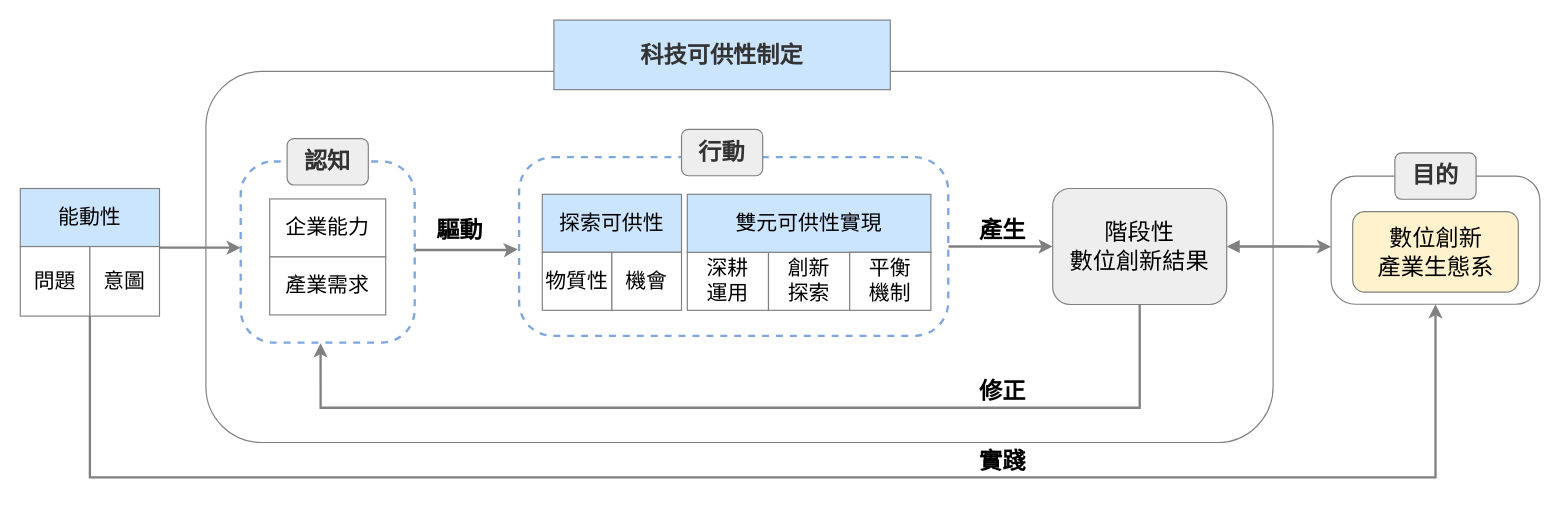
Earlier version of the draw.io diagram 論文ver1/圖片/frontier enactment theroy_v10.drawio (carina419/NTUST). Source tidied: cells renumbered, new cells numbered last; positions are measured from the earlier drawing's top-left corner, leaving out a move shared by most shapes. Both pictures are drawn from the tidied source at 116%, with x=0, y=0 at pixel (20, 20).
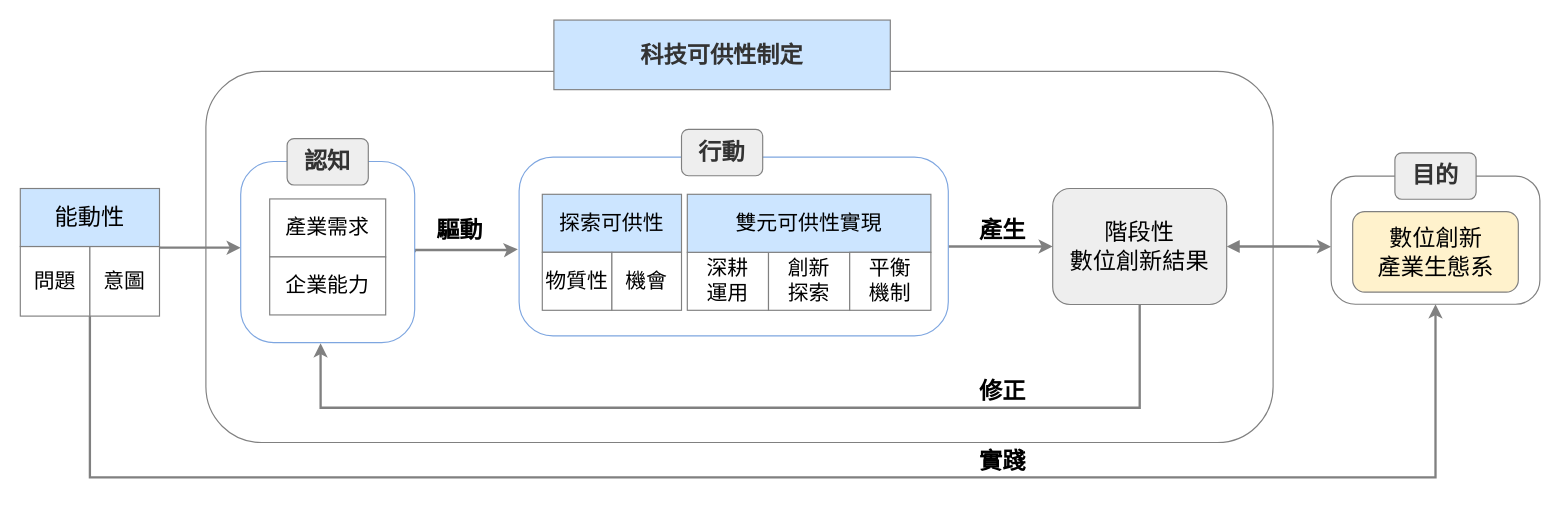
After the change.

The change refers to these unchanged cells:
```xml
<mxCell id="18" style="group;" parent="1" vertex="1">
  <mxGeometry y="145" width="120" height="110" as="geometry" />
</mxCell>
<mxCell id="22" style="group;" parent="1" vertex="1">
  <mxGeometry x="190" y="102" width="150" height="175.8" as="geometry" />
</mxCell>
<mxCell id="25" style="group;" parent="22" vertex="1">
  <mxGeometry x="25" y="52" width="100" height="100" as="geometry" />
</mxCell>
```

The edit, as a diff of the source:
```diff
@@
-    <mxCell id="21" value="能動性" style="rounded=0;whiteSpace=wrap;html=1;fontFamily=標楷體;fontSize=18;fontStyle=0;fillColor=#cce5ff;strokeColor=#808080;align=center;verticalAlign=middle;fontColor=default;" parent="18" vertex="1">
+    <mxCell id="21" value="&lt;font style=&quot;font-size: 20px;&quot;&gt;能動性&lt;/font&gt;" style="rounded=0;whiteSpace=wrap;html=1;fontFamily=標楷體;fontSize=18;fontStyle=0;fillColor=#cce5ff;strokeColor=#808080;align=center;verticalAlign=middle;fontColor=default;" parent="18" vertex="1">
       <mxGeometry width="120" height="50" as="geometry" />
     </mxCell>
@@
-    <mxCell id="23" style="rounded=1;whiteSpace=wrap;html=1;strokeWidth=2;dashed=1;fontFamily=標楷體;fontSize=18;fontStyle=0;strokeColor=#7EA6E0;align=center;verticalAlign=middle;arcSize=19;fontColor=default;fillColor=default;" parent="22" vertex="1">
+    <mxCell id="23" style="rounded=1;whiteSpace=wrap;html=1;strokeWidth=1;fontFamily=標楷體;fontSize=18;fontStyle=0;strokeColor=#7EA6E0;align=center;verticalAlign=middle;arcSize=19;fontColor=default;fillColor=default;" parent="22" vertex="1">
       <mxGeometry y="19.7" width="150" height="156.1" as="geometry" />
     </mxCell>
@@
-    <mxCell id="26" value="企業能力" style="rounded=0;whiteSpace=wrap;html=1;fontFamily=標楷體;fontSize=18;fontStyle=0;fillColor=default;strokeColor=#808080;align=center;verticalAlign=middle;fontColor=default;" parent="25" vertex="1">
+    <mxCell id="26" value="產業需求" style="rounded=0;whiteSpace=wrap;html=1;fontFamily=標楷體;fontSize=18;fontStyle=0;fillColor=default;strokeColor=#808080;align=center;verticalAlign=middle;fontColor=default;" parent="25" vertex="1">
       <mxGeometry width="100" height="50" as="geometry" />
     </mxCell>
-    <mxCell id="27" value="產業需求" style="rounded=0;whiteSpace=wrap;html=1;fontFamily=標楷體;fontSize=18;fontStyle=0;strokeColor=#808080;align=center;verticalAlign=middle;fontColor=default;fillColor=default;" parent="25" vertex="1">
+    <mxCell id="27" value="企業能力" style="rounded=0;whiteSpace=wrap;html=1;fontFamily=標楷體;fontSize=18;fontStyle=0;strokeColor=#808080;align=center;verticalAlign=middle;fontColor=default;fillColor=default;" parent="25" vertex="1">
       <mxGeometry y="50" width="100" height="50" as="geometry" />
     </mxCell>
@@
-    <mxCell id="29" style="rounded=1;whiteSpace=wrap;html=1;strokeWidth=2;dashed=1;fontFamily=標楷體;fontSize=18;fontStyle=0;arcSize=19;strokeColor=#7EA6E0;" parent="1" vertex="1">
+    <mxCell id="29" style="rounded=1;whiteSpace=wrap;html=1;strokeWidth=1;fontFamily=標楷體;fontSize=18;fontStyle=0;arcSize=19;strokeColor=#7EA6E0;" parent="1" vertex="1">
       <mxGeometry x="430" y="118" width="370" height="154" as="geometry" />
     </mxCell>
```
